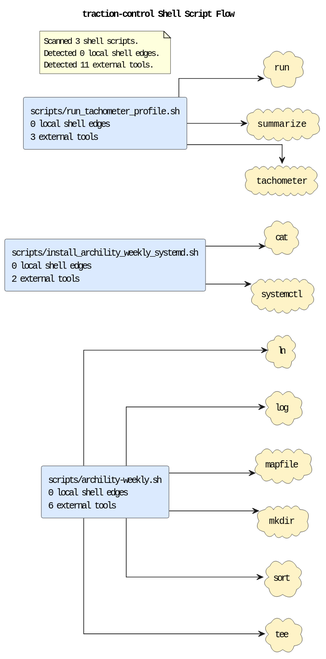
Before: docs/diagrams/shell-call-graph.puml.svg, a diagram exported from PlantUML (casonk/traction-control).
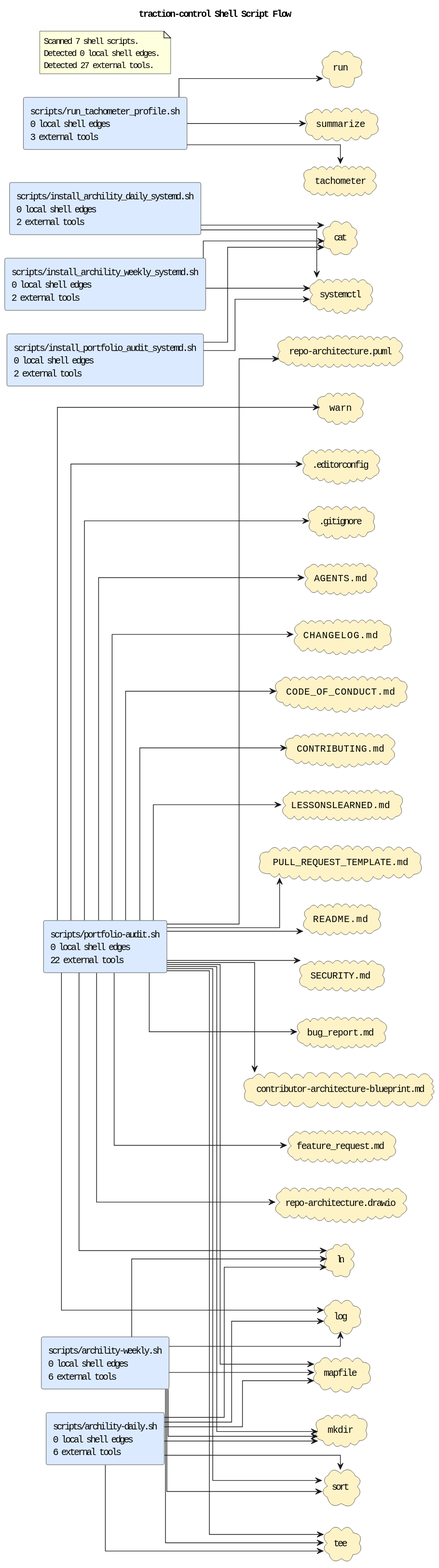
The same diagram one commit later.

Change to the diagram source:
```diff
@@ -5,34 +5,86 @@
 skinparam defaultFontName Monospace
 skinparam componentStyle rectangle
 skinparam linetype ortho
+rectangle "scripts/archility-daily.sh\n0 local shell edges\n6 external tools" as shell_scripts_archility_daily_sh #DBEAFE
 rectangle "scripts/archility-weekly.sh\n0 local shell edges\n6 external tools" as shell_scripts_archility_weekly_sh #DBEAFE
+rectangle "scripts/install_archility_daily_systemd.sh\n0 local shell edges\n2 external tools" as shell_scripts_install_archility_daily_systemd_sh #DBEAFE
 rectangle "scripts/install_archility_weekly_systemd.sh\n0 local shell edges\n2 external tools" as shell_scripts_install_archility_weekly_systemd_sh #DBEAFE
+rectangle "scripts/install_portfolio_audit_systemd.sh\n0 local shell edges\n2 external tools" as shell_scripts_install_portfolio_audit_systemd_sh #DBEAFE
+rectangle "scripts/portfolio-audit.sh\n0 local shell edges\n22 external tools" as shell_scripts_portfolio_audit_sh #DBEAFE
 rectangle "scripts/run_tachometer_profile.sh\n0 local shell edges\n3 external tools" as shell_scripts_run_tachometer_profile_sh #DBEAFE
+cloud ".editorconfig" as tool_editorconfig #FEF3C7
+cloud ".gitignore" as tool_gitignore #FEF3C7
+cloud "AGENTS.md" as tool_agents_md #FEF3C7
+cloud "CHANGELOG.md" as tool_changelog_md #FEF3C7
+cloud "CODE_OF_CONDUCT.md" as tool_code_of_conduct_md #FEF3C7
+cloud "CONTRIBUTING.md" as tool_contributing_md #FEF3C7
+cloud "LESSONSLEARNED.md" as tool_lessonslearned_md #FEF3C7
+cloud "PULL_REQUEST_TEMPLATE.md" as tool_pull_request_template_md #FEF3C7
+cloud "README.md" as tool_readme_md #FEF3C7
+cloud "SECURITY.md" as tool_security_md #FEF3C7
+cloud "bug_report.md" as tool_bug_report_md #FEF3C7
 cloud "cat" as tool_cat #FEF3C7
+cloud "contributor-architecture-blueprint.md" as tool_contributor_architecture_blueprint_md #FEF3C7
+cloud "feature_request.md" as tool_feature_request_md #FEF3C7
 cloud "ln" as tool_ln #FEF3C7
 cloud "log" as tool_log #FEF3C7
 cloud "mapfile" as tool_mapfile #FEF3C7
 cloud "mkdir" as tool_mkdir #FEF3C7
+cloud "repo-architecture.drawio" as tool_repo_architecture_drawio #FEF3C7
+cloud "repo-architecture.puml" as tool_repo_architecture_puml #FEF3C7
 cloud "run" as tool_run #FEF3C7
 cloud "sort" as tool_sort #FEF3C7
 cloud "summarize" as tool_summarize #FEF3C7
 cloud "systemctl" as tool_systemctl #FEF3C7
 cloud "tachometer" as tool_tachometer #FEF3C7
 cloud "tee" as tool_tee #FEF3C7
+cloud "warn" as tool_warn #FEF3C7
+shell_scripts_archility_daily_sh --> tool_ln
+shell_scripts_archility_daily_sh --> tool_log
+shell_scripts_archility_daily_sh --> tool_mapfile
+shell_scripts_archility_daily_sh --> tool_mkdir
+shell_scripts_archility_daily_sh --> tool_sort
+shell_scripts_archility_daily_sh --> tool_tee
 shell_scripts_archility_weekly_sh --> tool_ln
 shell_scripts_archility_weekly_sh --> tool_log
 shell_scripts_archility_weekly_sh --> tool_mapfile
 shell_scripts_archility_weekly_sh --> tool_mkdir
 shell_scripts_archility_weekly_sh --> tool_sort
 shell_scripts_archility_weekly_sh --> tool_tee
+shell_scripts_install_archility_daily_systemd_sh --> tool_cat
+shell_scripts_install_archility_daily_systemd_sh --> tool_systemctl
 shell_scripts_install_archility_weekly_systemd_sh --> tool_cat
 shell_scripts_install_archility_weekly_systemd_sh --> tool_systemctl
+shell_scripts_install_portfolio_audit_systemd_sh --> tool_cat
+shell_scripts_install_portfolio_audit_systemd_sh --> tool_systemctl
+shell_scripts_portfolio_audit_sh --> tool_editorconfig
+shell_scripts_portfolio_audit_sh --> tool_gitignore
+shell_scripts_portfolio_audit_sh --> tool_agents_md
+shell_scripts_portfolio_audit_sh --> tool_changelog_md
+shell_scripts_portfolio_audit_sh --> tool_code_of_conduct_md
+shell_scripts_portfolio_audit_sh --> tool_contributing_md
+shell_scripts_portfolio_audit_sh --> tool_lessonslearned_md
+shell_scripts_portfolio_audit_sh --> tool_pull_request_template_md
+shell_scripts_portfolio_audit_sh --> tool_readme_md
+shell_scripts_portfolio_audit_sh --> tool_security_md
+shell_scripts_portfolio_audit_sh --> tool_bug_report_md
+shell_scripts_portfolio_audit_sh --> tool_contributor_architecture_blueprint_md
+shell_scripts_portfolio_audit_sh --> tool_feature_request_md
+shell_scripts_portfolio_audit_sh --> tool_ln
+shell_scripts_portfolio_audit_sh --> tool_log
+shell_scripts_portfolio_audit_sh --> tool_mapfile
+shell_scripts_portfolio_audit_sh --> tool_mkdir
+shell_scripts_portfolio_audit_sh --> tool_repo_architecture_drawio
+shell_scripts_portfolio_audit_sh --> tool_repo_architecture_puml
+shell_scripts_portfolio_audit_sh --> tool_sort
+shell_scripts_portfolio_audit_sh --> tool_tee
+shell_scripts_portfolio_audit_sh --> tool_warn
 shell_scripts_run_tachometer_profile_sh --> tool_run
 shell_scripts_run_tachometer_profile_sh --> tool_summarize
 shell_scripts_run_tachometer_profile_sh --> tool_tachometer
 note as shellGraphSummary
-Scanned 3 shell scripts.
+Scanned 7 shell scripts.
 Detected 0 local shell edges.
-Detected 11 external tools.
+Detected 27 external tools.
 end note
 @enduml
```
